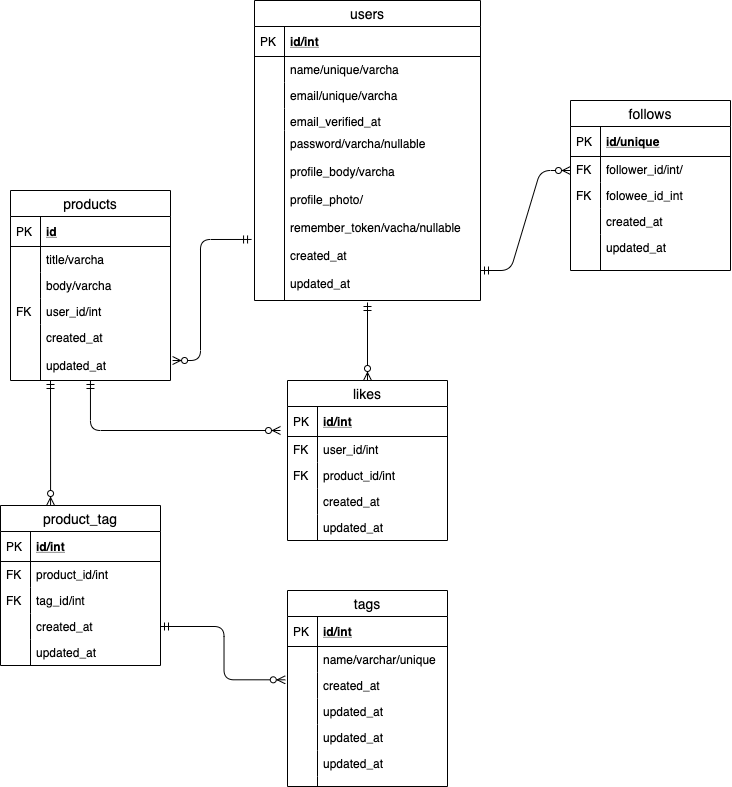
The draw.io diagram laravel_output_ER.png in muneyuki-takayama/recomen, before a commit. Source tidied: cells renumbered, new cells last; positions are measured from the earlier drawing's top-left corner, leaving out a move shared by most shapes.
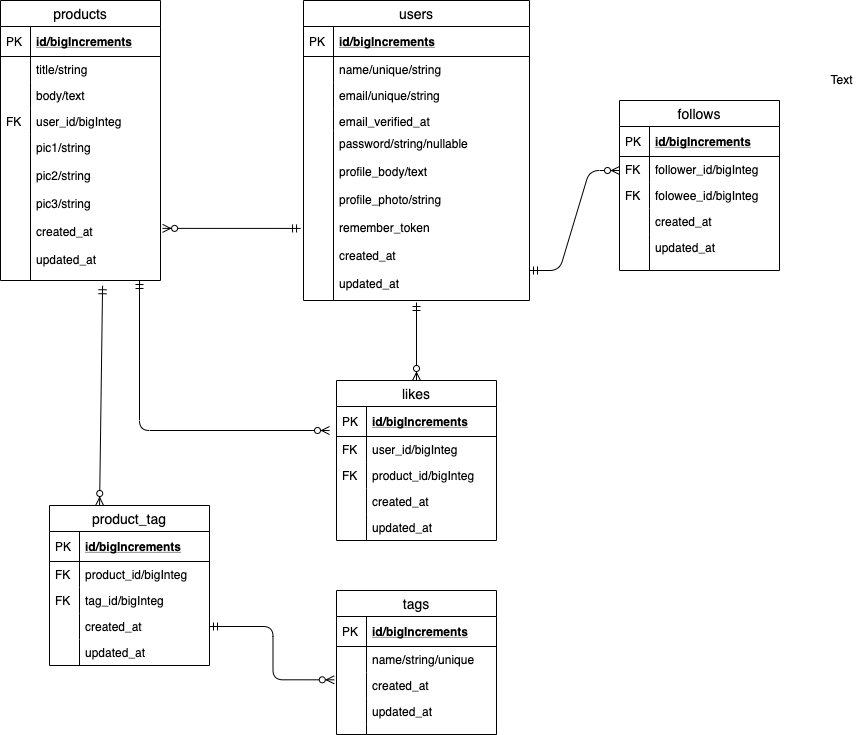
The same file after the commit.

Diff of the diagram source:
```diff
@@ -7,3 +7,3 @@
     </mxCell>
-    <mxCell id="3" value="id/int" style="shape=partialRectangle;top=0;left=0;right=0;bottom=1;align=left;verticalAlign=middle;fillColor=none;spacingLeft=34;spacingRight=4;overflow=hidden;fontStyle=5;fontSize=12;" parent="2" vertex="1">
+    <mxCell id="3" value="id/bigIncrements" style="shape=partialRectangle;top=0;left=0;right=0;bottom=1;align=left;verticalAlign=middle;fillColor=none;spacingLeft=34;spacingRight=4;overflow=hidden;fontStyle=5;fontSize=12;" parent="2" vertex="1">
       <mxGeometry y="26" width="226" height="30" as="geometry" />
@@ -13,3 +13,3 @@
     </mxCell>
-    <mxCell id="5" value="name/unique/varcha" style="shape=partialRectangle;top=0;left=0;right=0;bottom=0;align=left;verticalAlign=top;fillColor=none;spacingLeft=34;spacingRight=4;overflow=hidden;fontSize=12;" parent="2" vertex="1">
+    <mxCell id="5" value="name/unique/string" style="shape=partialRectangle;top=0;left=0;right=0;bottom=0;align=left;verticalAlign=top;fillColor=none;spacingLeft=34;spacingRight=4;overflow=hidden;fontSize=12;" parent="2" vertex="1">
       <mxGeometry y="56" width="226" height="26" as="geometry" />
@@ -19,3 +19,3 @@
     </mxCell>
-    <mxCell id="7" value="email/unique/varcha" style="shape=partialRectangle;top=0;left=0;right=0;bottom=0;align=left;verticalAlign=top;fillColor=none;spacingLeft=34;spacingRight=4;overflow=hidden;fontSize=12;" parent="2" vertex="1">
+    <mxCell id="7" value="email/unique/string" style="shape=partialRectangle;top=0;left=0;right=0;bottom=0;align=left;verticalAlign=top;fillColor=none;spacingLeft=34;spacingRight=4;overflow=hidden;fontSize=12;" parent="2" vertex="1">
       <mxGeometry y="82" width="226" height="26" as="geometry" />
@@ -31,3 +31,3 @@
     </mxCell>
-    <mxCell id="11" value="password/varcha/nullable&#10;&#10;profile_body/varcha&#10;&#10;profile_photo/&#10;&#10;remember_token/vacha/nullable&#10;&#10;created_at&#10;&#10;updated_at" style="shape=partialRectangle;top=0;left=0;right=0;bottom=0;align=left;verticalAlign=top;fillColor=none;spacingLeft=34;spacingRight=4;overflow=hidden;points=[[0,0.5],[1,0.5]];portConstraint=eastwest;fontSize=12;" parent="2" vertex="1">
+    <mxCell id="11" value="password/string/nullable&#10;&#10;profile_body/text&#10;&#10;profile_photo/string&#10;&#10;remember_token&#10;&#10;created_at&#10;&#10;updated_at" style="shape=partialRectangle;top=0;left=0;right=0;bottom=0;align=left;verticalAlign=top;fillColor=none;spacingLeft=34;spacingRight=4;overflow=hidden;points=[[0,0.5],[1,0.5]];portConstraint=eastwest;fontSize=12;" parent="2" vertex="1">
       <mxGeometry y="130" width="226" height="170" as="geometry" />
@@ -40,3 +40,3 @@
     </mxCell>
-    <mxCell id="14" value="id/unique" style="shape=partialRectangle;top=0;left=0;right=0;bottom=1;align=left;verticalAlign=middle;fillColor=none;spacingLeft=34;spacingRight=4;overflow=hidden;fontStyle=5;fontSize=12;" parent="13" vertex="1">
+    <mxCell id="14" value="id/bigIncrements" style="shape=partialRectangle;top=0;left=0;right=0;bottom=1;align=left;verticalAlign=middle;fillColor=none;spacingLeft=34;spacingRight=4;overflow=hidden;fontStyle=5;fontSize=12;" parent="13" vertex="1">
       <mxGeometry y="26" width="160" height="30" as="geometry" />
@@ -46,3 +46,3 @@
     </mxCell>
-    <mxCell id="16" value="follower_id/int/" style="shape=partialRectangle;top=0;left=0;right=0;bottom=0;align=left;verticalAlign=top;fillColor=none;spacingLeft=34;spacingRight=4;overflow=hidden;fontSize=12;" parent="13" vertex="1">
+    <mxCell id="16" value="follower_id/bigInteg" style="shape=partialRectangle;top=0;left=0;right=0;bottom=0;align=left;verticalAlign=top;fillColor=none;spacingLeft=34;spacingRight=4;overflow=hidden;fontSize=12;" parent="13" vertex="1">
       <mxGeometry y="56" width="160" height="26" as="geometry" />
@@ -52,3 +52,3 @@
     </mxCell>
-    <mxCell id="18" value="folowee_id_int" style="shape=partialRectangle;top=0;left=0;right=0;bottom=0;align=left;verticalAlign=top;fillColor=none;spacingLeft=34;spacingRight=4;overflow=hidden;fontSize=12;" parent="13" vertex="1">
+    <mxCell id="18" value="folowee_id/bigInteg" style="shape=partialRectangle;top=0;left=0;right=0;bottom=0;align=left;verticalAlign=top;fillColor=none;spacingLeft=34;spacingRight=4;overflow=hidden;fontSize=12;" parent="13" vertex="1">
       <mxGeometry y="82" width="160" height="26" as="geometry" />
@@ -70,35 +70,2 @@
     </mxCell>
-    <mxCell id="24" value="products" style="swimlane;fontStyle=0;horizontal=1;startSize=26;align=center;fontSize=14;" parent="1" vertex="1">
-      <mxGeometry x="10" y="190" width="160" height="190" as="geometry" />
-    </mxCell>
-    <mxCell id="25" value="id" style="shape=partialRectangle;top=0;left=0;right=0;bottom=1;align=left;verticalAlign=middle;fillColor=none;spacingLeft=34;spacingRight=4;overflow=hidden;fontStyle=5;fontSize=12;" parent="24" vertex="1">
-      <mxGeometry y="26" width="160" height="30" as="geometry" />
-    </mxCell>
-    <mxCell id="26" value="PK" style="shape=partialRectangle;top=0;left=0;bottom=0;fillColor=none;align=left;verticalAlign=middle;spacingLeft=4;spacingRight=4;overflow=hidden;fontSize=12;" parent="25" vertex="1">
-      <mxGeometry width="30" height="30" as="geometry" />
-    </mxCell>
-    <mxCell id="27" value="title/varcha" style="shape=partialRectangle;top=0;left=0;right=0;bottom=0;align=left;verticalAlign=top;fillColor=none;spacingLeft=34;spacingRight=4;overflow=hidden;fontSize=12;" parent="24" vertex="1">
-      <mxGeometry y="56" width="160" height="26" as="geometry" />
-    </mxCell>
-    <mxCell id="28" style="shape=partialRectangle;top=0;left=0;bottom=0;fillColor=none;align=left;verticalAlign=top;spacingLeft=4;spacingRight=4;overflow=hidden;fontSize=12;" parent="27" vertex="1">
-      <mxGeometry width="30" height="26" as="geometry" />
-    </mxCell>
-    <mxCell id="29" value="body/varcha" style="shape=partialRectangle;top=0;left=0;right=0;bottom=0;align=left;verticalAlign=top;fillColor=none;spacingLeft=34;spacingRight=4;overflow=hidden;fontSize=12;" parent="24" vertex="1">
-      <mxGeometry y="82" width="160" height="26" as="geometry" />
-    </mxCell>
-    <mxCell id="30" style="shape=partialRectangle;top=0;left=0;bottom=0;fillColor=none;align=left;verticalAlign=top;spacingLeft=4;spacingRight=4;overflow=hidden;fontSize=12;" parent="29" vertex="1">
-      <mxGeometry width="30" height="26" as="geometry" />
-    </mxCell>
-    <mxCell id="31" value="user_id/int&#10;&#10;" style="shape=partialRectangle;top=0;left=0;right=0;bottom=0;align=left;verticalAlign=top;fillColor=none;spacingLeft=34;spacingRight=4;overflow=hidden;fontSize=12;" parent="24" vertex="1">
-      <mxGeometry y="108" width="160" height="26" as="geometry" />
-    </mxCell>
-    <mxCell id="32" value="FK" style="shape=partialRectangle;top=0;left=0;bottom=0;fillColor=none;align=left;verticalAlign=top;spacingLeft=4;spacingRight=4;overflow=hidden;fontSize=12;" parent="31" vertex="1">
-      <mxGeometry width="30" height="26" as="geometry" />
-    </mxCell>
-    <mxCell id="33" value="created_at&#10;&#10;updated_at" style="shape=partialRectangle;top=0;left=0;right=0;bottom=0;align=left;verticalAlign=top;fillColor=none;spacingLeft=34;spacingRight=4;overflow=hidden;points=[[0,0.5],[1,0.5]];portConstraint=eastwest;fontSize=12;" parent="24" vertex="1">
-      <mxGeometry y="134" width="160" height="56" as="geometry" />
-    </mxCell>
-    <mxCell id="34" style="shape=partialRectangle;top=0;left=0;bottom=0;fillColor=none;align=left;verticalAlign=top;spacingLeft=4;spacingRight=4;overflow=hidden;fontSize=12;" parent="33" vertex="1">
-      <mxGeometry width="30" height="56" as="geometry" />
-    </mxCell>
     <mxCell id="35" style="edgeStyle=entityRelationEdgeStyle;fontSize=12;html=1;endArrow=ERzeroToMany;startArrow=ERmandOne;" parent="1" edge="1">
@@ -109,9 +76,4 @@
     </mxCell>
-    <mxCell id="36" style="fontSize=12;html=1;endArrow=ERzeroToMany;startArrow=ERmandOne;exitX=-0.013;exitY=0.641;exitDx=0;exitDy=0;exitPerimeter=0;entryX=1.013;entryY=0.643;entryDx=0;entryDy=0;entryPerimeter=0;" parent="1" edge="1" source="11" target="33">
-      <mxGeometry relative="1" as="geometry">
-        <Array as="points">
-          <mxPoint x="200" y="239" />
-          <mxPoint x="200" y="360" />
-        </Array>
-      </mxGeometry>
+    <mxCell id="36" style="fontSize=12;html=1;endArrow=ERzeroToMany;startArrow=ERmandOne;exitX=-0.013;exitY=0.576;exitDx=0;exitDy=0;exitPerimeter=0;entryX=1.013;entryY=0.643;entryDx=0;entryDy=0;entryPerimeter=0;" parent="1" edge="1" source="11" target="33">
+      <mxGeometry relative="1" as="geometry" />
     </mxCell>
@@ -120,3 +82,3 @@
     </mxCell>
-    <mxCell id="38" value="id/int" style="shape=partialRectangle;top=0;left=0;right=0;bottom=1;align=left;verticalAlign=middle;fillColor=none;spacingLeft=34;spacingRight=4;overflow=hidden;fontStyle=5;fontSize=12;" parent="37" vertex="1">
+    <mxCell id="38" value="id/bigIncrements" style="shape=partialRectangle;top=0;left=0;right=0;bottom=1;align=left;verticalAlign=middle;fillColor=none;spacingLeft=34;spacingRight=4;overflow=hidden;fontStyle=5;fontSize=12;" parent="37" vertex="1">
       <mxGeometry y="26" width="160" height="30" as="geometry" />
@@ -126,3 +88,3 @@
     </mxCell>
-    <mxCell id="40" value="user_id/int" style="shape=partialRectangle;top=0;left=0;right=0;bottom=0;align=left;verticalAlign=top;fillColor=none;spacingLeft=34;spacingRight=4;overflow=hidden;fontSize=12;" parent="37" vertex="1">
+    <mxCell id="40" value="user_id/bigInteg" style="shape=partialRectangle;top=0;left=0;right=0;bottom=0;align=left;verticalAlign=top;fillColor=none;spacingLeft=34;spacingRight=4;overflow=hidden;fontSize=12;" parent="37" vertex="1">
       <mxGeometry y="56" width="160" height="26" as="geometry" />
@@ -132,3 +94,3 @@
     </mxCell>
-    <mxCell id="42" value="product_id/int" style="shape=partialRectangle;top=0;left=0;right=0;bottom=0;align=left;verticalAlign=top;fillColor=none;spacingLeft=34;spacingRight=4;overflow=hidden;fontSize=12;" parent="37" vertex="1">
+    <mxCell id="42" value="product_id/bigInteg" style="shape=partialRectangle;top=0;left=0;right=0;bottom=0;align=left;verticalAlign=top;fillColor=none;spacingLeft=34;spacingRight=4;overflow=hidden;fontSize=12;" parent="37" vertex="1">
       <mxGeometry y="82" width="160" height="26" as="geometry" />
@@ -163,2 +125,35 @@
     </mxCell>
+    <mxCell id="24" value="products" style="swimlane;fontStyle=0;horizontal=1;startSize=26;align=center;fontSize=14;" parent="1" vertex="1">
+      <mxGeometry x="-49" width="160" height="280" as="geometry" />
+    </mxCell>
+    <mxCell id="25" value="id/bigIncrements" style="shape=partialRectangle;top=0;left=0;right=0;bottom=1;align=left;verticalAlign=middle;fillColor=none;spacingLeft=34;spacingRight=4;overflow=hidden;fontStyle=5;fontSize=12;" parent="24" vertex="1">
+      <mxGeometry y="26" width="160" height="30" as="geometry" />
+    </mxCell>
+    <mxCell id="26" value="PK" style="shape=partialRectangle;top=0;left=0;bottom=0;fillColor=none;align=left;verticalAlign=middle;spacingLeft=4;spacingRight=4;overflow=hidden;fontSize=12;" parent="25" vertex="1">
+      <mxGeometry width="30" height="30" as="geometry" />
+    </mxCell>
+    <mxCell id="27" value="title/string" style="shape=partialRectangle;top=0;left=0;right=0;bottom=0;align=left;verticalAlign=top;fillColor=none;spacingLeft=34;spacingRight=4;overflow=hidden;fontSize=12;" parent="24" vertex="1">
+      <mxGeometry y="56" width="160" height="26" as="geometry" />
+    </mxCell>
+    <mxCell id="28" style="shape=partialRectangle;top=0;left=0;bottom=0;fillColor=none;align=left;verticalAlign=top;spacingLeft=4;spacingRight=4;overflow=hidden;fontSize=12;" parent="27" vertex="1">
+      <mxGeometry width="30" height="26" as="geometry" />
+    </mxCell>
+    <mxCell id="29" value="body/text" style="shape=partialRectangle;top=0;left=0;right=0;bottom=0;align=left;verticalAlign=top;fillColor=none;spacingLeft=34;spacingRight=4;overflow=hidden;fontSize=12;" parent="24" vertex="1">
+      <mxGeometry y="82" width="160" height="26" as="geometry" />
+    </mxCell>
+    <mxCell id="30" style="shape=partialRectangle;top=0;left=0;bottom=0;fillColor=none;align=left;verticalAlign=top;spacingLeft=4;spacingRight=4;overflow=hidden;fontSize=12;" parent="29" vertex="1">
+      <mxGeometry width="30" height="26" as="geometry" />
+    </mxCell>
+    <mxCell id="31" value="user_id/bigInteg&#10;&#10;" style="shape=partialRectangle;top=0;left=0;right=0;bottom=0;align=left;verticalAlign=top;fillColor=none;spacingLeft=34;spacingRight=4;overflow=hidden;fontSize=12;" parent="24" vertex="1">
+      <mxGeometry y="108" width="160" height="26" as="geometry" />
+    </mxCell>
+    <mxCell id="32" value="FK" style="shape=partialRectangle;top=0;left=0;bottom=0;fillColor=none;align=left;verticalAlign=top;spacingLeft=4;spacingRight=4;overflow=hidden;fontSize=12;" parent="31" vertex="1">
+      <mxGeometry width="30" height="26" as="geometry" />
+    </mxCell>
+    <mxCell id="33" value="pic1/string&#10;&#10;pic2/string&#10;&#10;pic3/string&#10;&#10;created_at&#10;&#10;updated_at" style="shape=partialRectangle;top=0;left=0;right=0;bottom=0;align=left;verticalAlign=top;fillColor=none;spacingLeft=34;spacingRight=4;overflow=hidden;points=[[0,0.5],[1,0.5]];portConstraint=eastwest;fontSize=12;" parent="24" vertex="1">
+      <mxGeometry y="134" width="160" height="146" as="geometry" />
+    </mxCell>
+    <mxCell id="34" style="shape=partialRectangle;top=0;left=0;bottom=0;fillColor=none;align=left;verticalAlign=top;spacingLeft=4;spacingRight=4;overflow=hidden;fontSize=12;" parent="33" vertex="1">
+      <mxGeometry width="30" height="146" as="geometry" />
+    </mxCell>
     <mxCell id="50" value="product_tag" style="swimlane;fontStyle=0;horizontal=1;startSize=26;align=center;fontSize=14;" parent="1" vertex="1">
@@ -166,3 +161,3 @@
     </mxCell>
-    <mxCell id="51" value="id/int" style="shape=partialRectangle;top=0;left=0;right=0;bottom=1;align=left;verticalAlign=middle;fillColor=none;spacingLeft=34;spacingRight=4;overflow=hidden;fontStyle=5;fontSize=12;" parent="50" vertex="1">
+    <mxCell id="51" value="id/bigIncrements" style="shape=partialRectangle;top=0;left=0;right=0;bottom=1;align=left;verticalAlign=middle;fillColor=none;spacingLeft=34;spacingRight=4;overflow=hidden;fontStyle=5;fontSize=12;" parent="50" vertex="1">
       <mxGeometry y="26" width="160" height="30" as="geometry" />
@@ -172,3 +167,3 @@
     </mxCell>
-    <mxCell id="53" value="product_id/int" style="shape=partialRectangle;top=0;left=0;right=0;bottom=0;align=left;verticalAlign=top;fillColor=none;spacingLeft=34;spacingRight=4;overflow=hidden;fontSize=12;" parent="50" vertex="1">
+    <mxCell id="53" value="product_id/bigInteg" style="shape=partialRectangle;top=0;left=0;right=0;bottom=0;align=left;verticalAlign=top;fillColor=none;spacingLeft=34;spacingRight=4;overflow=hidden;fontSize=12;" parent="50" vertex="1">
       <mxGeometry y="56" width="160" height="26" as="geometry" />
@@ -178,3 +173,3 @@
     </mxCell>
-    <mxCell id="55" value="tag_id/int" style="shape=partialRectangle;top=0;left=0;right=0;bottom=0;align=left;verticalAlign=top;fillColor=none;spacingLeft=34;spacingRight=4;overflow=hidden;fontSize=12;" parent="50" vertex="1">
+    <mxCell id="55" value="tag_id/bigInteg" style="shape=partialRectangle;top=0;left=0;right=0;bottom=0;align=left;verticalAlign=top;fillColor=none;spacingLeft=34;spacingRight=4;overflow=hidden;fontSize=12;" parent="50" vertex="1">
       <mxGeometry y="82" width="160" height="26" as="geometry" />
@@ -197,5 +192,5 @@
     <mxCell id="61" value="tags" style="swimlane;fontStyle=0;horizontal=1;startSize=26;align=center;fontSize=14;" parent="1" vertex="1">
-      <mxGeometry x="287" y="590" width="160" height="196" as="geometry" />
+      <mxGeometry x="287" y="590" width="160" height="144" as="geometry" />
     </mxCell>
-    <mxCell id="62" value="id/int" style="shape=partialRectangle;top=0;left=0;right=0;bottom=1;align=left;verticalAlign=middle;fillColor=none;spacingLeft=34;spacingRight=4;overflow=hidden;fontStyle=5;fontSize=12;" parent="61" vertex="1">
+    <mxCell id="62" value="id/bigIncrements" style="shape=partialRectangle;top=0;left=0;right=0;bottom=1;align=left;verticalAlign=middle;fillColor=none;spacingLeft=34;spacingRight=4;overflow=hidden;fontStyle=5;fontSize=12;" parent="61" vertex="1">
       <mxGeometry y="26" width="160" height="30" as="geometry" />
@@ -205,3 +200,3 @@
     </mxCell>
-    <mxCell id="64" value="name/varchar/unique" style="shape=partialRectangle;top=0;left=0;right=0;bottom=0;align=left;verticalAlign=top;fillColor=none;spacingLeft=34;spacingRight=4;overflow=hidden;fontSize=12;" parent="61" vertex="1">
+    <mxCell id="64" value="name/string/unique" style="shape=partialRectangle;top=0;left=0;right=0;bottom=0;align=left;verticalAlign=top;fillColor=none;spacingLeft=34;spacingRight=4;overflow=hidden;fontSize=12;" parent="61" vertex="1">
       <mxGeometry y="56" width="160" height="26" as="geometry" />
@@ -217,16 +212,4 @@
     </mxCell>
-    <mxCell id="68" value="updated_at" style="shape=partialRectangle;top=0;left=0;right=0;bottom=0;align=left;verticalAlign=top;fillColor=none;spacingLeft=34;spacingRight=4;overflow=hidden;fontSize=12;" parent="61" vertex="1">
-      <mxGeometry y="108" width="160" height="26" as="geometry" />
-    </mxCell>
-    <mxCell id="69" style="shape=partialRectangle;top=0;left=0;bottom=0;fillColor=none;align=left;verticalAlign=top;spacingLeft=4;spacingRight=4;overflow=hidden;fontSize=12;" parent="68" vertex="1">
-      <mxGeometry width="30" height="26" as="geometry" />
-    </mxCell>
-    <mxCell id="70" value="updated_at" style="shape=partialRectangle;top=0;left=0;right=0;bottom=0;align=left;verticalAlign=top;fillColor=none;spacingLeft=34;spacingRight=4;overflow=hidden;fontSize=12;" parent="61" vertex="1">
-      <mxGeometry y="134" width="160" height="26" as="geometry" />
-    </mxCell>
-    <mxCell id="71" style="shape=partialRectangle;top=0;left=0;bottom=0;fillColor=none;align=left;verticalAlign=top;spacingLeft=4;spacingRight=4;overflow=hidden;fontSize=12;" parent="70" vertex="1">
-      <mxGeometry width="30" height="26" as="geometry" />
-    </mxCell>
     <mxCell id="72" value="updated_at" style="shape=partialRectangle;top=0;left=0;right=0;bottom=0;align=left;verticalAlign=top;fillColor=none;spacingLeft=34;spacingRight=4;overflow=hidden;fontSize=12;" parent="61" vertex="1">
-      <mxGeometry y="160" width="160" height="26" as="geometry" />
+      <mxGeometry y="108" width="160" height="26" as="geometry" />
     </mxCell>
@@ -236,3 +219,3 @@
     <mxCell id="74" style="shape=partialRectangle;top=0;left=0;right=0;bottom=0;align=left;verticalAlign=top;fillColor=none;spacingLeft=34;spacingRight=4;overflow=hidden;fontSize=12;" parent="61" vertex="1">
-      <mxGeometry y="186" width="160" height="10" as="geometry" />
+      <mxGeometry y="134" width="160" height="10" as="geometry" />
     </mxCell>
@@ -241,6 +224,4 @@
     </mxCell>
-    <mxCell id="76" style="fontSize=12;html=1;endArrow=ERzeroToMany;startArrow=ERmandOne;entryX=0.313;entryY=0;entryDx=0;entryDy=0;entryPerimeter=0;" parent="1" edge="1" target="50">
-      <mxGeometry relative="1" as="geometry">
-        <mxPoint x="50" y="380" as="sourcePoint" />
-      </mxGeometry>
+    <mxCell id="76" style="fontSize=12;html=1;endArrow=ERzeroToMany;startArrow=ERmandOne;entryX=0.313;entryY=0;entryDx=0;entryDy=0;entryPerimeter=0;exitX=0.638;exitY=1.036;exitDx=0;exitDy=0;exitPerimeter=0;" parent="1" edge="1" source="33" target="50">
+      <mxGeometry relative="1" as="geometry" />
     </mxCell>
@@ -249,2 +230,5 @@
     </mxCell>
+    <mxCell id="78" value="Text" style="text;html=1;align=center;verticalAlign=middle;" parent="1" vertex="1">
+      <mxGeometry x="772" y="69" width="40" height="20" as="geometry" />
+    </mxCell>
   </root>
```
